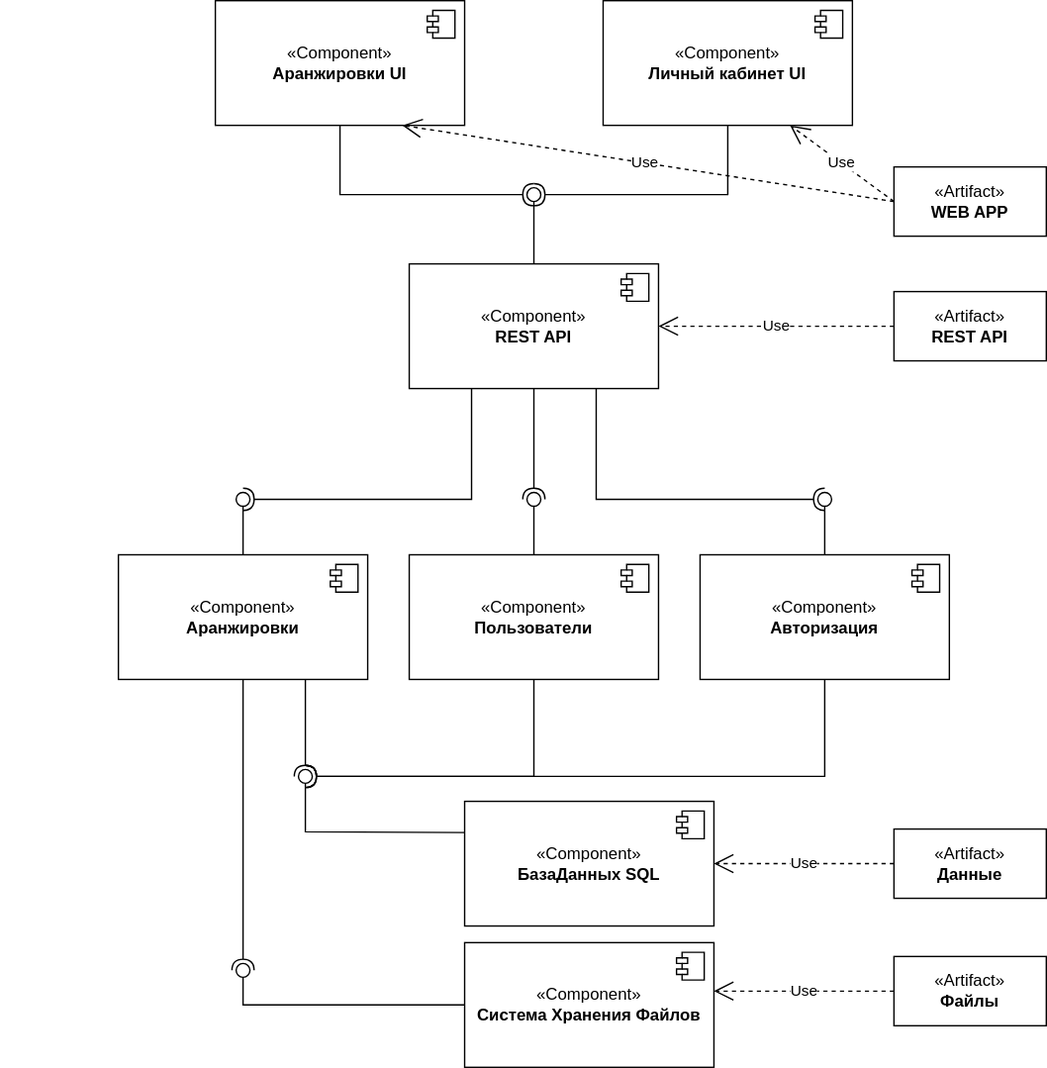
Before: team-06/component_diagram.svg, a diagram exported from draw.io (job-modelware-ru/it-2024). Source tidied: cells renumbered, new cells last; positions are measured from the earlier drawing's top-left corner, leaving out a move shared by most shapes.
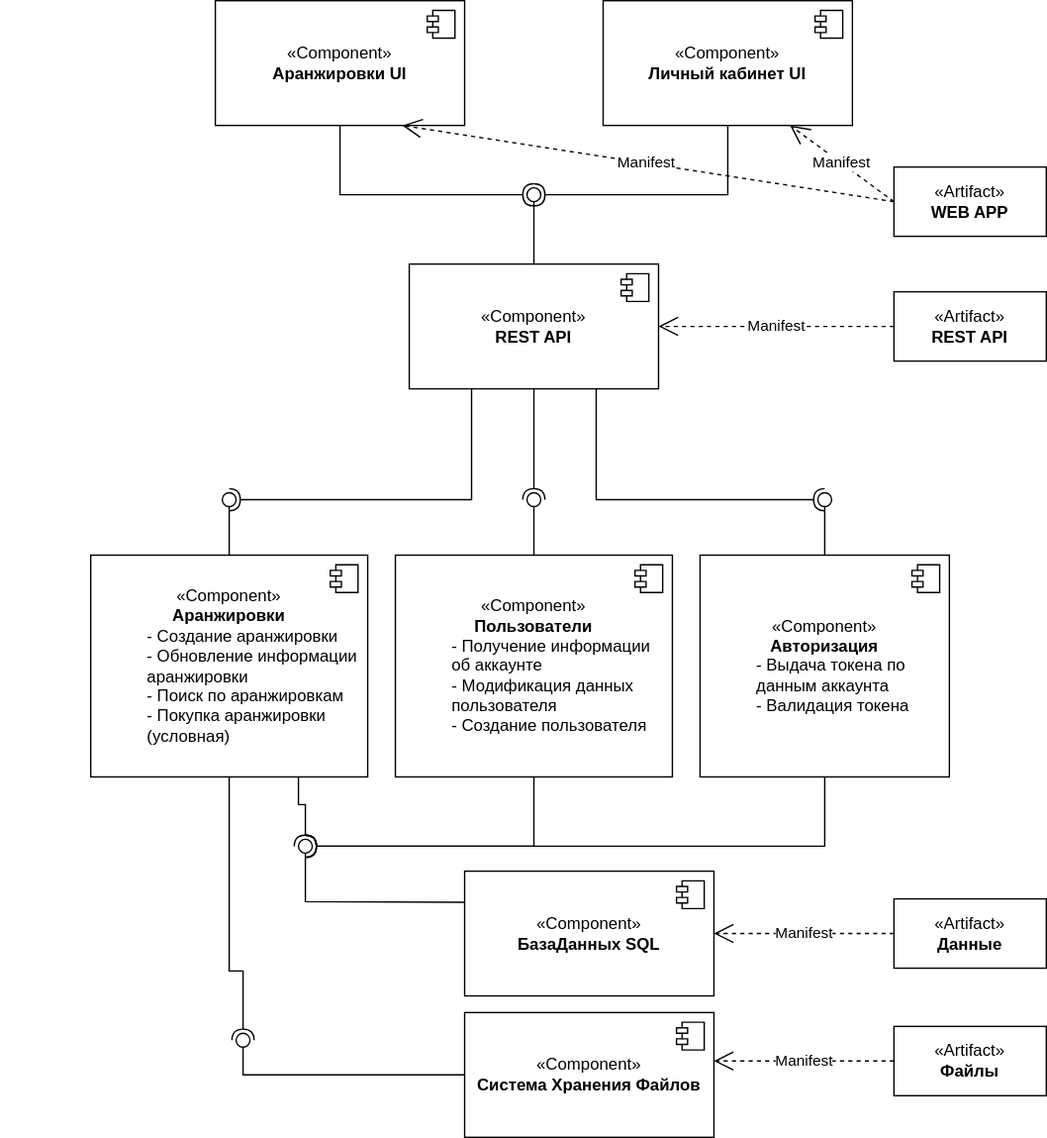
The same diagram one commit later.

Commit message:
team-06: fix component diagram

Diff of the diagram source:
```diff
@@ -3,7 +3,7 @@
     <mxCell id="0" />
     <mxCell id="1" parent="0" />
     <mxCell id="2" value="«Component»&lt;br&gt;&lt;b&gt;БазаДанных SQL&lt;/b&gt;" style="html=1;whiteSpace=wrap;" parent="1" vertex="1">
-      <mxGeometry x="335" y="578" width="180" height="90" as="geometry" />
+      <mxGeometry x="335" y="628" width="180" height="90" as="geometry" />
     </mxCell>
     <mxCell id="3" style="shape=module;jettyWidth=8;jettyHeight=4;" parent="2" vertex="1">
       <mxGeometry x="1" width="20" height="20" relative="1" as="geometry">
@@ -11,37 +11,37 @@
       </mxGeometry>
     </mxCell>
     <mxCell id="4" value="«Artifact»&lt;br&gt;&lt;b&gt;Данные&lt;/b&gt;" style="html=1;whiteSpace=wrap;" parent="1" vertex="1">
-      <mxGeometry x="645" y="598" width="110" height="50" as="geometry" />
+      <mxGeometry x="645" y="648" width="110" height="50" as="geometry" />
     </mxCell>
-    <mxCell id="5" value="Use" style="endArrow=open;endSize=12;dashed=1;html=1;rounded=0;exitX=0;exitY=0.5;exitDx=0;exitDy=0;entryX=1;entryY=0.5;entryDx=0;entryDy=0;" parent="1" edge="1" source="4" target="2">
+    <mxCell id="5" value="Manifest" style="endArrow=open;endSize=12;dashed=1;html=1;rounded=0;exitX=0;exitY=0.5;exitDx=0;exitDy=0;entryX=1;entryY=0.5;entryDx=0;entryDy=0;" parent="1" edge="1" source="4" target="2">
       <mxGeometry relative="1" as="geometry" />
     </mxCell>
     <mxCell id="6" value="«Artifact»&lt;br&gt;&lt;b&gt;Файлы&lt;/b&gt;" style="html=1;whiteSpace=wrap;" parent="1" vertex="1">
-      <mxGeometry x="645" y="690" width="110" height="50" as="geometry" />
+      <mxGeometry x="645" y="740" width="110" height="50" as="geometry" />
     </mxCell>
-    <mxCell id="7" value="Use" style="endArrow=open;endSize=12;dashed=1;html=1;rounded=0;exitX=0;exitY=0.5;exitDx=0;exitDy=0;entryX=1;entryY=0.5;entryDx=0;entryDy=0;" parent="1" edge="1" source="6">
+    <mxCell id="7" value="Manifest" style="endArrow=open;endSize=12;dashed=1;html=1;rounded=0;exitX=0;exitY=0.5;exitDx=0;exitDy=0;entryX=1;entryY=0.5;entryDx=0;entryDy=0;" parent="1" edge="1" source="6">
       <mxGeometry relative="1" as="geometry">
-        <mxPoint x="515" y="715" as="targetPoint" />
+        <mxPoint x="515" y="765" as="targetPoint" />
       </mxGeometry>
     </mxCell>
-    <mxCell id="8" value="«Component»&lt;br&gt;&lt;b&gt;Авторизация&lt;/b&gt;" style="html=1;whiteSpace=wrap;" parent="1" vertex="1">
-      <mxGeometry x="505" y="400" width="180" height="90" as="geometry" />
+    <mxCell id="8" value="«Component»&lt;br&gt;&lt;b&gt;Авторизация&lt;/b&gt;&lt;blockquote style=&quot;margin: 0 0 0 40px; border: none; padding: 0px;&quot;&gt;&lt;div style=&quot;&quot;&gt;&lt;div style=&quot;text-align: left;&quot;&gt;&lt;span style=&quot;background-color: initial;&quot;&gt;- Выдача токена по данным аккаунта&lt;/span&gt;&lt;/div&gt;&lt;/div&gt;&lt;div style=&quot;&quot;&gt;&lt;span style=&quot;background-color: initial;&quot;&gt;&lt;div style=&quot;text-align: left;&quot;&gt;&lt;span style=&quot;background-color: initial;&quot;&gt;- Валидация токена&lt;/span&gt;&lt;/div&gt;&lt;/span&gt;&lt;/div&gt;&lt;/blockquote&gt;" style="html=1;whiteSpace=wrap;" parent="1" vertex="1">
+      <mxGeometry x="505" y="400" width="180" height="160" as="geometry" />
     </mxCell>
     <mxCell id="9" style="shape=module;jettyWidth=8;jettyHeight=4;" parent="8" vertex="1">
       <mxGeometry x="1" width="20" height="20" relative="1" as="geometry">
         <mxPoint x="-27" y="7" as="offset" />
       </mxGeometry>
     </mxCell>
-    <mxCell id="10" value="«Component»&lt;br&gt;&lt;b&gt;Аранжировки&lt;/b&gt;" style="html=1;whiteSpace=wrap;" parent="1" vertex="1">
-      <mxGeometry x="85" y="400" width="180" height="90" as="geometry" />
+    <mxCell id="10" value="«Component»&lt;br&gt;&lt;b&gt;Аранжировки&lt;/b&gt;&lt;blockquote style=&quot;margin: 0 0 0 40px; border: none; padding: 0px;&quot;&gt;&lt;div style=&quot;text-align: left;&quot;&gt;- Создание аранжировки&lt;/div&gt;&lt;div style=&quot;text-align: left;&quot;&gt;- Обновление информации аранжировки&lt;/div&gt;&lt;div style=&quot;text-align: left;&quot;&gt;- Поиск по аранжировкам&lt;/div&gt;&lt;div style=&quot;text-align: left;&quot;&gt;- Покупка аранжировки (условная)&lt;/div&gt;&lt;/blockquote&gt;" style="html=1;whiteSpace=wrap;" parent="1" vertex="1">
+      <mxGeometry x="65" y="400" width="200" height="160" as="geometry" />
     </mxCell>
     <mxCell id="11" style="shape=module;jettyWidth=8;jettyHeight=4;" parent="10" vertex="1">
       <mxGeometry x="1" width="20" height="20" relative="1" as="geometry">
         <mxPoint x="-27" y="7" as="offset" />
       </mxGeometry>
     </mxCell>
-    <mxCell id="12" value="«Component»&lt;br&gt;&lt;b&gt;Пользователи&lt;/b&gt;" style="html=1;whiteSpace=wrap;" parent="1" vertex="1">
-      <mxGeometry x="295" y="400" width="180" height="90" as="geometry" />
+    <mxCell id="12" value="«Component»&lt;br&gt;&lt;b&gt;Пользователи&lt;/b&gt;&lt;blockquote style=&quot;margin: 0 0 0 40px; border: none; padding: 0px;&quot;&gt;&lt;div&gt;&lt;div style=&quot;text-align: left;&quot;&gt;- Получение информации об аккаунте&amp;nbsp;&lt;/div&gt;&lt;/div&gt;&lt;div&gt;&lt;div style=&quot;text-align: left;&quot;&gt;&lt;span style=&quot;background-color: initial;&quot;&gt;- Модификация данных пользователя&lt;/span&gt;&lt;/div&gt;&lt;/div&gt;&lt;div style=&quot;text-align: left;&quot;&gt;&lt;span style=&quot;background-color: initial;&quot;&gt;- Создание пользователя&lt;/span&gt;&lt;/div&gt;&lt;/blockquote&gt;" style="html=1;whiteSpace=wrap;" parent="1" vertex="1">
+      <mxGeometry x="285" y="400" width="200" height="160" as="geometry" />
     </mxCell>
     <mxCell id="13" style="shape=module;jettyWidth=8;jettyHeight=4;" parent="12" vertex="1">
       <mxGeometry x="1" width="20" height="20" relative="1" as="geometry">
@@ -50,41 +50,43 @@
     </mxCell>
     <mxCell id="14" style="rounded=0;jettySize=auto;html=1;endArrow=halfCircle;endFill=0;endSize=6;strokeWidth=1;sketch=0;exitX=0.5;exitY=1;exitDx=0;exitDy=0;" parent="1" edge="1" source="10">
       <mxGeometry relative="1" as="geometry">
-        <mxPoint x="175" y="700" as="targetPoint" />
+        <mxPoint x="175" y="750" as="targetPoint" />
         <Array as="points">
-          <mxPoint x="175" y="650" />
+          <mxPoint x="165" y="700" />
+          <mxPoint x="175" y="700" />
         </Array>
       </mxGeometry>
     </mxCell>
     <mxCell id="15" style="rounded=0;jettySize=auto;html=1;endArrow=oval;endFill=0;sketch=0;sourcePerimeterSpacing=0;targetPerimeterSpacing=0;endSize=10;exitX=0;exitY=0.5;exitDx=0;exitDy=0;" parent="1" edge="1" source="19">
       <mxGeometry relative="1" as="geometry">
-        <mxPoint x="175" y="700" as="targetPoint" />
+        <mxPoint x="175" y="750" as="targetPoint" />
         <Array as="points">
-          <mxPoint x="175" y="725" />
+          <mxPoint x="175" y="775" />
         </Array>
       </mxGeometry>
     </mxCell>
     <mxCell id="16" style="ellipse;whiteSpace=wrap;html=1;align=center;fillColor=none;strokeColor=none;perimeter=centerPerimeter;" parent="1" vertex="1">
-      <mxGeometry x="145" y="510" width="10" height="10" as="geometry" />
+      <mxGeometry x="145" y="560" width="10" height="10" as="geometry" />
     </mxCell>
     <mxCell id="17" style="rounded=0;jettySize=auto;html=1;endArrow=halfCircle;endFill=0;endSize=6;strokeWidth=1;sketch=0;exitX=0.75;exitY=1;exitDx=0;exitDy=0;" parent="1" edge="1" source="10">
       <mxGeometry relative="1" as="geometry">
-        <mxPoint x="220" y="560" as="targetPoint" />
+        <mxPoint x="220" y="610" as="targetPoint" />
         <Array as="points">
-          <mxPoint x="220" y="530" />
+          <mxPoint x="215" y="580" />
+          <mxPoint x="220" y="580" />
         </Array>
       </mxGeometry>
     </mxCell>
     <mxCell id="18" style="rounded=0;jettySize=auto;html=1;endArrow=oval;endFill=0;sketch=0;sourcePerimeterSpacing=0;targetPerimeterSpacing=0;endSize=10;exitX=0;exitY=0.25;exitDx=0;exitDy=0;" parent="1" edge="1" source="2">
       <mxGeometry relative="1" as="geometry">
-        <mxPoint x="220" y="560" as="targetPoint" />
+        <mxPoint x="220" y="610" as="targetPoint" />
         <Array as="points">
-          <mxPoint x="220" y="600" />
+          <mxPoint x="220" y="650" />
         </Array>
       </mxGeometry>
     </mxCell>
     <mxCell id="19" value="«Component»&lt;br&gt;&lt;b&gt;Система Хранения Файлов&lt;/b&gt;" style="html=1;whiteSpace=wrap;" parent="1" vertex="1">
-      <mxGeometry x="335" y="680" width="180" height="90" as="geometry" />
+      <mxGeometry x="335" y="730" width="180" height="90" as="geometry" />
     </mxCell>
     <mxCell id="20" style="shape=module;jettyWidth=8;jettyHeight=4;" parent="19" vertex="1">
       <mxGeometry x="1" width="20" height="20" relative="1" as="geometry">
@@ -93,26 +95,26 @@
     </mxCell>
     <mxCell id="21" style="rounded=0;jettySize=auto;html=1;endArrow=halfCircle;endFill=0;endSize=6;strokeWidth=1;sketch=0;exitX=0.5;exitY=1;exitDx=0;exitDy=0;" parent="1" edge="1" source="12">
       <mxGeometry relative="1" as="geometry">
-        <mxPoint x="220" y="560" as="targetPoint" />
+        <mxPoint x="220" y="610" as="targetPoint" />
         <Array as="points">
-          <mxPoint x="385" y="560" />
+          <mxPoint x="385" y="610" />
         </Array>
       </mxGeometry>
     </mxCell>
     <mxCell id="22" style="ellipse;whiteSpace=wrap;html=1;align=center;fillColor=none;strokeColor=none;perimeter=centerPerimeter;" parent="1" vertex="1">
-      <mxGeometry x="435" y="470" width="10" height="10" as="geometry" />
+      <mxGeometry x="435" y="520" width="10" height="10" as="geometry" />
     </mxCell>
     <mxCell id="23" style="rounded=0;jettySize=auto;html=1;endArrow=halfCircle;endFill=0;endSize=6;strokeWidth=1;sketch=0;exitX=0.5;exitY=1;exitDx=0;exitDy=0;" parent="1" edge="1" source="8">
       <mxGeometry relative="1" as="geometry">
-        <mxPoint x="220" y="560" as="targetPoint" />
+        <mxPoint x="220" y="610" as="targetPoint" />
         <Array as="points">
-          <mxPoint x="595" y="560" />
-          <mxPoint x="255" y="560" />
+          <mxPoint x="595" y="610" />
+          <mxPoint x="255" y="610" />
         </Array>
       </mxGeometry>
     </mxCell>
     <mxCell id="24" style="ellipse;whiteSpace=wrap;html=1;align=center;fillColor=none;strokeColor=none;perimeter=centerPerimeter;" parent="1" vertex="1">
-      <mxGeometry x="300" y="480" width="10" height="10" as="geometry" />
+      <mxGeometry x="300" y="530" width="10" height="10" as="geometry" />
     </mxCell>
     <mxCell id="25" value="«Component»&lt;br&gt;&lt;b&gt;REST API&lt;/b&gt;" style="html=1;whiteSpace=wrap;" parent="1" vertex="1">
       <mxGeometry x="295" y="190" width="180" height="90" as="geometry" />
@@ -124,7 +126,7 @@
     </mxCell>
     <mxCell id="27" style="rounded=0;jettySize=auto;html=1;endArrow=halfCircle;endFill=0;endSize=6;strokeWidth=1;sketch=0;exitX=0.25;exitY=1;exitDx=0;exitDy=0;" parent="1" edge="1" source="25">
       <mxGeometry relative="1" as="geometry">
-        <mxPoint x="175" y="360" as="targetPoint" />
+        <mxPoint x="165" y="360" as="targetPoint" />
         <Array as="points">
           <mxPoint x="340" y="360" />
         </Array>
@@ -132,7 +134,7 @@
     </mxCell>
     <mxCell id="28" style="rounded=0;jettySize=auto;html=1;endArrow=oval;endFill=0;sketch=0;sourcePerimeterSpacing=0;targetPerimeterSpacing=0;endSize=10;exitX=0.5;exitY=0;exitDx=0;exitDy=0;" parent="1" edge="1" source="10">
       <mxGeometry relative="1" as="geometry">
-        <mxPoint x="175" y="360" as="targetPoint" />
+        <mxPoint x="165" y="360" as="targetPoint" />
       </mxGeometry>
     </mxCell>
     <mxCell id="29" style="ellipse;whiteSpace=wrap;html=1;align=center;fillColor=none;strokeColor=none;perimeter=centerPerimeter;" parent="1" vertex="1">
@@ -170,7 +172,7 @@
     <mxCell id="36" value="«Artifact»&lt;br&gt;&lt;b&gt;REST API&lt;/b&gt;" style="html=1;whiteSpace=wrap;" parent="1" vertex="1">
       <mxGeometry x="645" y="210" width="110" height="50" as="geometry" />
     </mxCell>
-    <mxCell id="37" value="Use" style="endArrow=open;endSize=12;dashed=1;html=1;rounded=0;exitX=0;exitY=0.5;exitDx=0;exitDy=0;entryX=1;entryY=0.5;entryDx=0;entryDy=0;" parent="1" edge="1" source="36" target="25">
+    <mxCell id="37" value="Manifest" style="endArrow=open;endSize=12;dashed=1;html=1;rounded=0;exitX=0;exitY=0.5;exitDx=0;exitDy=0;entryX=1;entryY=0.5;entryDx=0;entryDy=0;" parent="1" edge="1" source="36" target="25">
       <mxGeometry relative="1" as="geometry" />
     </mxCell>
     <mxCell id="38" value="«Component»&lt;br&gt;&lt;b&gt;Личный кабинет UI&lt;/b&gt;" style="html=1;whiteSpace=wrap;" parent="1" vertex="1">
@@ -216,10 +218,10 @@
     <mxCell id="46" value="«Artifact»&lt;br&gt;&lt;b&gt;WEB APP&lt;/b&gt;" style="html=1;whiteSpace=wrap;" parent="1" vertex="1">
       <mxGeometry x="645" y="120" width="110" height="50" as="geometry" />
     </mxCell>
-    <mxCell id="47" value="Use" style="endArrow=open;endSize=12;dashed=1;html=1;rounded=0;exitX=0;exitY=0.5;exitDx=0;exitDy=0;entryX=0.75;entryY=1;entryDx=0;entryDy=0;" parent="1" edge="1" source="46" target="38">
+    <mxCell id="47" value="Manifest" style="endArrow=open;endSize=12;dashed=1;html=1;rounded=0;exitX=0;exitY=0.5;exitDx=0;exitDy=0;entryX=0.75;entryY=1;entryDx=0;entryDy=0;" parent="1" edge="1" source="46" target="38">
       <mxGeometry x="0.01" relative="1" as="geometry" />
     </mxCell>
-    <mxCell id="48" value="Use" style="endArrow=open;endSize=12;dashed=1;html=1;rounded=0;exitX=0;exitY=0.5;exitDx=0;exitDy=0;entryX=0.75;entryY=1;entryDx=0;entryDy=0;" parent="1" edge="1" source="46" target="40">
+    <mxCell id="48" value="Manifest" style="endArrow=open;endSize=12;dashed=1;html=1;rounded=0;exitX=0;exitY=0.5;exitDx=0;exitDy=0;entryX=0.75;entryY=1;entryDx=0;entryDy=0;" parent="1" edge="1" source="46" target="40">
       <mxGeometry x="0.01" relative="1" as="geometry" />
     </mxCell>
   </root>
```
